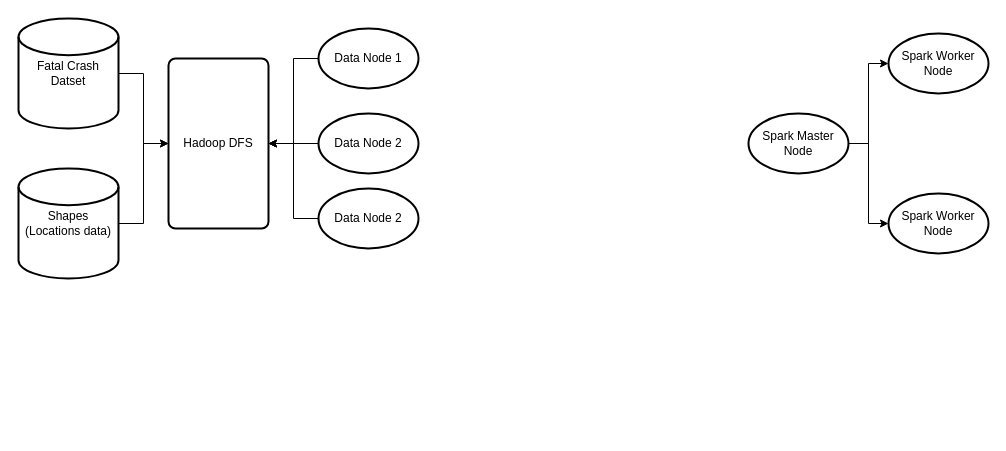
Before: Project.drawio in alexwhite1995/Assignments, a draw.io diagram. Source tidied: cells renumbered, new cells numbered last; positions are measured from the earlier drawing's top-left corner, leaving out a move shared by most shapes. Both pictures are drawn from the tidied source at 100%, with x=0, y=0 at pixel (18, 18).
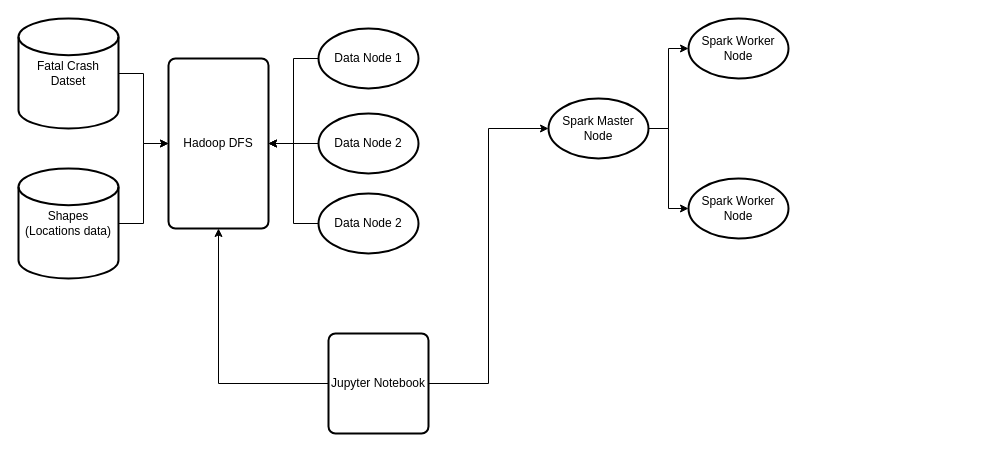
After the change.

The change refers to these unchanged cells:
```xml
<mxCell id="6" value="Hadoop DFS" style="rounded=1;whiteSpace=wrap;html=1;absoluteArcSize=1;arcSize=14;strokeWidth=2;" parent="1" vertex="1">
  <mxGeometry x="150" y="40" width="100" height="170" as="geometry" />
</mxCell>
```

The edit, as a diff of the source:
```diff
@@
     <mxCell id="7" value="Spark Worker Node" style="strokeWidth=2;html=1;shape=mxgraph.flowchart.start_1;whiteSpace=wrap;" parent="1" vertex="1">
-      <mxGeometry x="870" y="15" width="100" height="60" as="geometry" />
+      <mxGeometry x="670" width="100" height="60" as="geometry" />
     </mxCell>
     <mxCell id="8" value="Spark Worker Node" style="strokeWidth=2;html=1;shape=mxgraph.flowchart.start_1;whiteSpace=wrap;" parent="1" vertex="1">
-      <mxGeometry x="870" y="175" width="100" height="60" as="geometry" />
+      <mxGeometry x="670" y="160" width="100" height="60" as="geometry" />
     </mxCell>
     <mxCell id="9" value="Spark Master Node" style="strokeWidth=2;html=1;shape=mxgraph.flowchart.start_1;whiteSpace=wrap;" parent="1" vertex="1">
-      <mxGeometry x="730" y="95" width="100" height="60" as="geometry" />
+      <mxGeometry x="530" y="80" width="100" height="60" as="geometry" />
     </mxCell>
@@
     <mxCell id="17" value="Data Node 2" style="strokeWidth=2;html=1;shape=mxgraph.flowchart.start_1;whiteSpace=wrap;" parent="1" vertex="1">
-      <mxGeometry x="300" y="170" width="100" height="60" as="geometry" />
+      <mxGeometry x="300" y="175" width="100" height="60" as="geometry" />
     </mxCell>
+    <mxCell id="18" style="edgeStyle=orthogonalEdgeStyle;rounded=0;jettySize=auto;html=1;exitX=0;exitY=0.5;exitDx=0;exitDy=0;entryX=0.5;entryY=1;entryDx=0;entryDy=0;" parent="1" edge="1" source="19" target="6">
+      <mxGeometry relative="1" as="geometry" />
+    </mxCell>
+    <mxCell id="19" value="Jupyter Notebook" style="rounded=1;whiteSpace=wrap;html=1;absoluteArcSize=1;arcSize=14;strokeWidth=2;" parent="1" vertex="1">
+      <mxGeometry x="310" y="315" width="100" height="100" as="geometry" />
+    </mxCell>
+    <mxCell id="20" style="edgeStyle=orthogonalEdgeStyle;rounded=0;jettySize=auto;html=1;exitX=1;exitY=0.5;exitDx=0;exitDy=0;entryX=0;entryY=0.5;entryDx=0;entryDy=0;entryPerimeter=0;" parent="1" edge="1" source="19" target="9">
+      <mxGeometry relative="1" as="geometry" />
+    </mxCell>
```
